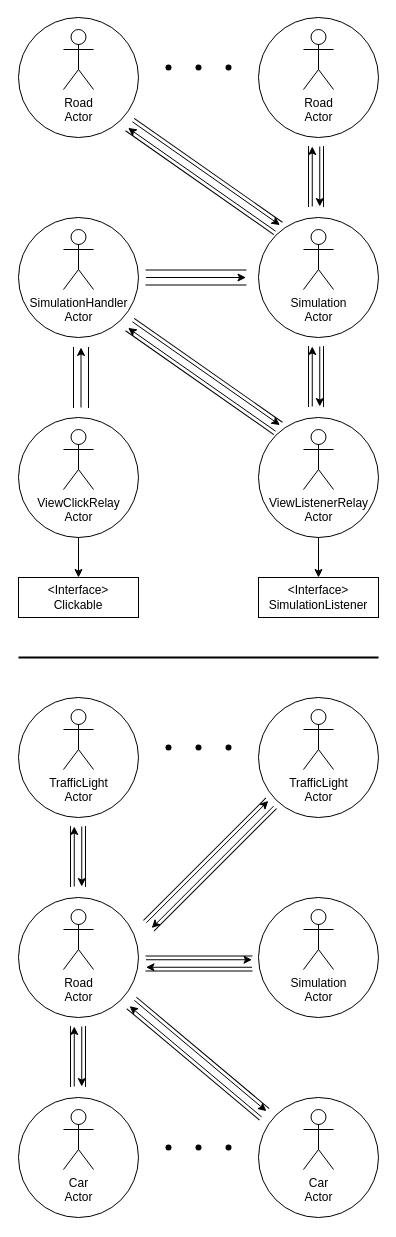
The draw.io diagram page "Architecture1" (1 of 9) of pt1/docs/PCD_ASS03_P1.drawio in zucchero-sintattico/PCD-ASS03-23-24, before the edit. Source tidied: cells renumbered, new cells numbered last; positions are measured from the earlier drawing's top-left corner, leaving out a move shared by most shapes. Both pictures are drawn from the tidied source at 100%, with x=0, y=0 at pixel (18, 17).
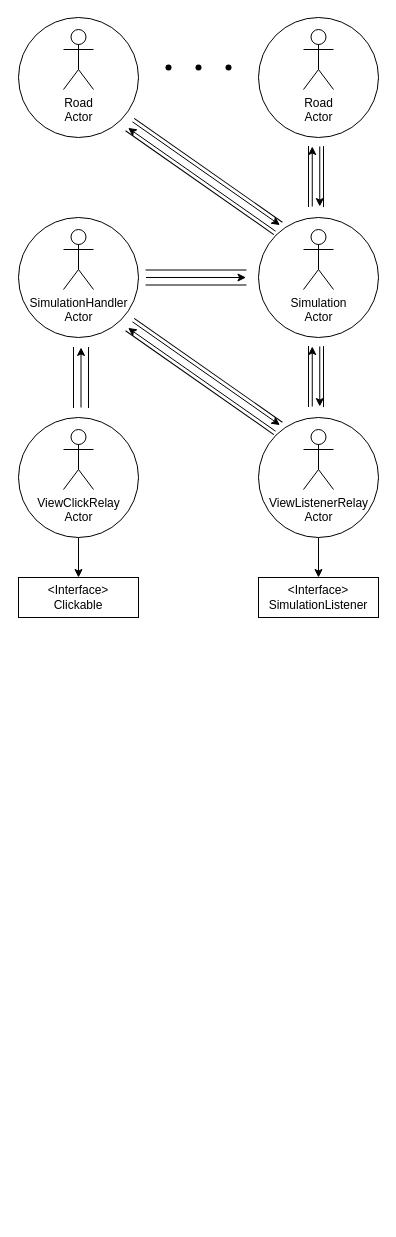
The same diagram, later.

Diff of the diagram source:
```diff
@@
-    <mxCell id="50" style="group;" parent="1" vertex="1">
-      <mxGeometry y="1080" width="120" height="120" as="geometry" />
-    </mxCell>
-    <mxCell id="51" style="ellipse;whiteSpace=wrap;html=1;" parent="50" vertex="1">
-      <mxGeometry width="120" height="120" as="geometry" />
-    </mxCell>
-    <mxCell id="52" value="&lt;span style=&quot;background-color: initial;&quot;&gt;Car&lt;/span&gt;&lt;div&gt;&lt;span style=&quot;background-color: initial;&quot;&gt;Actor&lt;/span&gt;&lt;div&gt;&lt;br&gt;&lt;/div&gt;&lt;/div&gt;" style="shape=umlActor;verticalLabelPosition=bottom;verticalAlign=top;html=1;" parent="50" vertex="1">
-      <mxGeometry x="45" y="12" width="30" height="60" as="geometry" />
-    </mxCell>
-    <mxCell id="53" style="group;" parent="1" vertex="1">
-      <mxGeometry x="240" y="1080" width="120" height="120" as="geometry" />
-    </mxCell>
-    <mxCell id="54" style="ellipse;whiteSpace=wrap;html=1;" parent="53" vertex="1">
-      <mxGeometry width="120" height="120" as="geometry" />
-    </mxCell>
-    <mxCell id="55" value="&lt;span style=&quot;background-color: initial;&quot;&gt;Car&lt;/span&gt;&lt;div&gt;&lt;span style=&quot;background-color: initial;&quot;&gt;Actor&lt;/span&gt;&lt;div&gt;&lt;br&gt;&lt;/div&gt;&lt;/div&gt;" style="shape=umlActor;verticalLabelPosition=bottom;verticalAlign=top;html=1;" parent="53" vertex="1">
-      <mxGeometry x="45" y="12" width="30" height="60" as="geometry" />
-    </mxCell>
-    <mxCell id="56" style="shape=waypoint;sketch=0;fillStyle=solid;size=6;fillColor=none;perimeter=centerPerimeter;" parent="1" vertex="1">
-      <mxGeometry x="140" y="1120" width="20" height="20" as="geometry" />
-    </mxCell>
-    <mxCell id="57" style="shape=waypoint;sketch=0;fillStyle=solid;size=6;fillColor=none;perimeter=centerPerimeter;" parent="1" vertex="1">
-      <mxGeometry x="170" y="1120" width="20" height="20" as="geometry" />
-    </mxCell>
-    <mxCell id="58" style="shape=waypoint;sketch=0;fillStyle=solid;size=6;fillColor=none;perimeter=centerPerimeter;" parent="1" vertex="1">
-      <mxGeometry x="200" y="1120" width="20" height="20" as="geometry" />
-    </mxCell>
-    <mxCell id="59" style="group;" parent="1" vertex="1">
-      <mxGeometry y="680" width="120" height="120" as="geometry" />
-    </mxCell>
-    <mxCell id="60" style="ellipse;whiteSpace=wrap;html=1;" parent="59" vertex="1">
-      <mxGeometry width="120" height="120" as="geometry" />
-    </mxCell>
-    <mxCell id="61" value="&lt;div&gt;TrafficLight&lt;/div&gt;&lt;div&gt;Actor&lt;/div&gt;" style="shape=umlActor;verticalLabelPosition=bottom;verticalAlign=top;html=1;" parent="59" vertex="1">
-      <mxGeometry x="45" y="12" width="30" height="60" as="geometry" />
-    </mxCell>
-    <mxCell id="62" style="group;" parent="1" vertex="1">
-      <mxGeometry x="240" y="680" width="120" height="120" as="geometry" />
-    </mxCell>
-    <mxCell id="63" style="ellipse;whiteSpace=wrap;html=1;" parent="62" vertex="1">
-      <mxGeometry width="120" height="120" as="geometry" />
-    </mxCell>
-    <mxCell id="64" value="&lt;div&gt;&lt;div&gt;TrafficLight&lt;/div&gt;&lt;div&gt;Actor&lt;/div&gt;&lt;/div&gt;" style="shape=umlActor;verticalLabelPosition=bottom;verticalAlign=top;html=1;" parent="62" vertex="1">
-      <mxGeometry x="45" y="12" width="30" height="60" as="geometry" />
-    </mxCell>
-    <mxCell id="65" style="shape=waypoint;sketch=0;fillStyle=solid;size=6;fillColor=none;perimeter=centerPerimeter;" parent="1" vertex="1">
-      <mxGeometry x="140" y="720" width="20" height="20" as="geometry" />
-    </mxCell>
-    <mxCell id="66" style="shape=waypoint;sketch=0;fillStyle=solid;size=6;fillColor=none;perimeter=centerPerimeter;" parent="1" vertex="1">
-      <mxGeometry x="170" y="720" width="20" height="20" as="geometry" />
-    </mxCell>
-    <mxCell id="67" style="shape=waypoint;sketch=0;fillStyle=solid;size=6;fillColor=none;perimeter=centerPerimeter;" parent="1" vertex="1">
-      <mxGeometry x="200" y="720" width="20" height="20" as="geometry" />
-    </mxCell>
-    <mxCell id="68" style="group;" parent="1" vertex="1">
-      <mxGeometry y="880" width="120" height="120" as="geometry" />
-    </mxCell>
-    <mxCell id="69" style="ellipse;whiteSpace=wrap;html=1;" parent="68" vertex="1">
-      <mxGeometry width="120" height="120" as="geometry" />
-    </mxCell>
-    <mxCell id="70" value="Road&lt;div&gt;Actor&lt;/div&gt;&lt;div&gt;&lt;br&gt;&lt;/div&gt;" style="shape=umlActor;verticalLabelPosition=bottom;verticalAlign=top;html=1;" parent="68" vertex="1">
-      <mxGeometry x="45" y="12" width="30" height="60" as="geometry" />
-    </mxCell>
-    <mxCell id="71" style="ellipse;whiteSpace=wrap;html=1;" parent="1" vertex="1">
-      <mxGeometry x="240" y="880" width="120" height="120" as="geometry" />
-    </mxCell>
-    <mxCell id="72" value="Simulation&lt;div&gt;Actor&lt;/div&gt;&lt;div&gt;&lt;br&gt;&lt;/div&gt;" style="shape=umlActor;verticalLabelPosition=bottom;verticalAlign=top;html=1;" parent="1" vertex="1">
-      <mxGeometry x="285" y="892" width="30" height="60" as="geometry" />
-    </mxCell>
-    <mxCell id="73" style="group;rotation=0;" parent="1" vertex="1">
-      <mxGeometry x="56" y="810" width="15" height="60" as="geometry" />
-    </mxCell>
-    <mxCell id="74" style="shape=partialRectangle;whiteSpace=wrap;html=1;top=0;bottom=0;fillColor=none;direction=east;rotation=0;" parent="73" vertex="1">
-      <mxGeometry x="-4" y="-1" width="15" height="60" as="geometry" />
-    </mxCell>
-    <mxCell id="75" style="endArrow=classic;html=1;rounded=0;entryX=0.25;entryY=0;entryDx=0;entryDy=0;exitX=0.25;exitY=1;exitDx=0;exitDy=0;" parent="73" edge="1" source="74" target="74">
-      <mxGeometry relative="1" as="geometry" />
-    </mxCell>
-    <mxCell id="76" style="endArrow=classic;html=1;rounded=0;entryX=0.75;entryY=1;entryDx=0;entryDy=0;exitX=0.75;exitY=0;exitDx=0;exitDy=0;" parent="73" edge="1" source="74" target="74">
-      <mxGeometry relative="1" as="geometry" />
-    </mxCell>
-    <mxCell id="77" style="group;rotation=0;" parent="1" vertex="1">
-      <mxGeometry x="56" y="1010" width="15" height="60" as="geometry" />
-    </mxCell>
-    <mxCell id="78" style="shape=partialRectangle;whiteSpace=wrap;html=1;top=0;bottom=0;fillColor=none;direction=east;rotation=0;" parent="77" vertex="1">
-      <mxGeometry x="-4" y="-1" width="15" height="60" as="geometry" />
-    </mxCell>
-    <mxCell id="79" style="endArrow=classic;html=1;rounded=0;entryX=0.25;entryY=0;entryDx=0;entryDy=0;exitX=0.25;exitY=1;exitDx=0;exitDy=0;" parent="77" edge="1" source="78" target="78">
-      <mxGeometry relative="1" as="geometry" />
-    </mxCell>
-    <mxCell id="80" style="endArrow=classic;html=1;rounded=0;entryX=0.75;entryY=1;entryDx=0;entryDy=0;exitX=0.75;exitY=0;exitDx=0;exitDy=0;" parent="77" edge="1" source="78" target="78">
-      <mxGeometry relative="1" as="geometry" />
-    </mxCell>
-    <mxCell id="81" style="group;rotation=45;" parent="1" vertex="1">
-      <mxGeometry x="149.5" y="746.8" width="49.5" height="186.3" as="geometry" />
-    </mxCell>
-    <mxCell id="82" style="shape=partialRectangle;whiteSpace=wrap;html=1;top=0;bottom=0;fillColor=none;direction=east;rotation=45;" parent="81" vertex="1">
-      <mxGeometry x="34.5" y="14" width="15" height="172.3" as="geometry" />
-    </mxCell>
-    <mxCell id="83" style="endArrow=classic;html=1;rounded=0;entryX=0.25;entryY=0;entryDx=0;entryDy=0;exitX=0.25;exitY=1;exitDx=0;exitDy=0;" parent="81" edge="1" source="82" target="82">
-      <mxGeometry relative="1" as="geometry" />
-    </mxCell>
-    <mxCell id="84" style="endArrow=classic;html=1;rounded=0;entryX=0.75;entryY=1;entryDx=0;entryDy=0;exitX=0.75;exitY=0;exitDx=0;exitDy=0;" parent="81" edge="1" source="82" target="82">
-      <mxGeometry relative="1" as="geometry" />
-    </mxCell>
-    <mxCell id="85" style="group;rotation=90;" parent="1" vertex="1">
-      <mxGeometry x="149" y="920" width="39" height="79" as="geometry" />
-    </mxCell>
-    <mxCell id="86" style="shape=partialRectangle;whiteSpace=wrap;html=1;top=0;bottom=0;fillColor=none;direction=east;rotation=90;" parent="85" vertex="1">
-      <mxGeometry x="24" y="-27" width="15" height="106" as="geometry" />
-    </mxCell>
-    <mxCell id="87" style="endArrow=classic;html=1;rounded=0;entryX=0.25;entryY=0;entryDx=0;entryDy=0;exitX=0.25;exitY=1;exitDx=0;exitDy=0;" parent="85" edge="1" source="86" target="86">
-      <mxGeometry relative="1" as="geometry" />
-    </mxCell>
-    <mxCell id="88" style="endArrow=classic;html=1;rounded=0;entryX=0.75;entryY=1;entryDx=0;entryDy=0;exitX=0.75;exitY=0;exitDx=0;exitDy=0;" parent="85" edge="1" source="86" target="86">
-      <mxGeometry relative="1" as="geometry" />
-    </mxCell>
-    <mxCell id="89" style="group;rotation=130;" parent="1" vertex="1">
-      <mxGeometry x="160" y="930" width="49.5" height="186.3" as="geometry" />
-    </mxCell>
-    <mxCell id="90" style="shape=partialRectangle;whiteSpace=wrap;html=1;top=0;bottom=0;fillColor=none;direction=east;rotation=130;" parent="89" vertex="1">
-      <mxGeometry x="12" y="25" width="15" height="172.3" as="geometry" />
-    </mxCell>
-    <mxCell id="91" style="endArrow=classic;html=1;rounded=0;entryX=0.25;entryY=0;entryDx=0;entryDy=0;exitX=0.25;exitY=1;exitDx=0;exitDy=0;" parent="89" edge="1" source="90" target="90">
-      <mxGeometry relative="1" as="geometry" />
-    </mxCell>
-    <mxCell id="92" style="endArrow=classic;html=1;rounded=0;entryX=0.75;entryY=1;entryDx=0;entryDy=0;exitX=0.75;exitY=0;exitDx=0;exitDy=0;" parent="89" edge="1" source="90" target="90">
-      <mxGeometry relative="1" as="geometry" />
-    </mxCell>
-    <mxCell id="93" style="line;strokeWidth=2;html=1;" parent="1" vertex="1">
-      <mxGeometry y="630" width="360" height="20" as="geometry" />
-    </mxCell>
```
